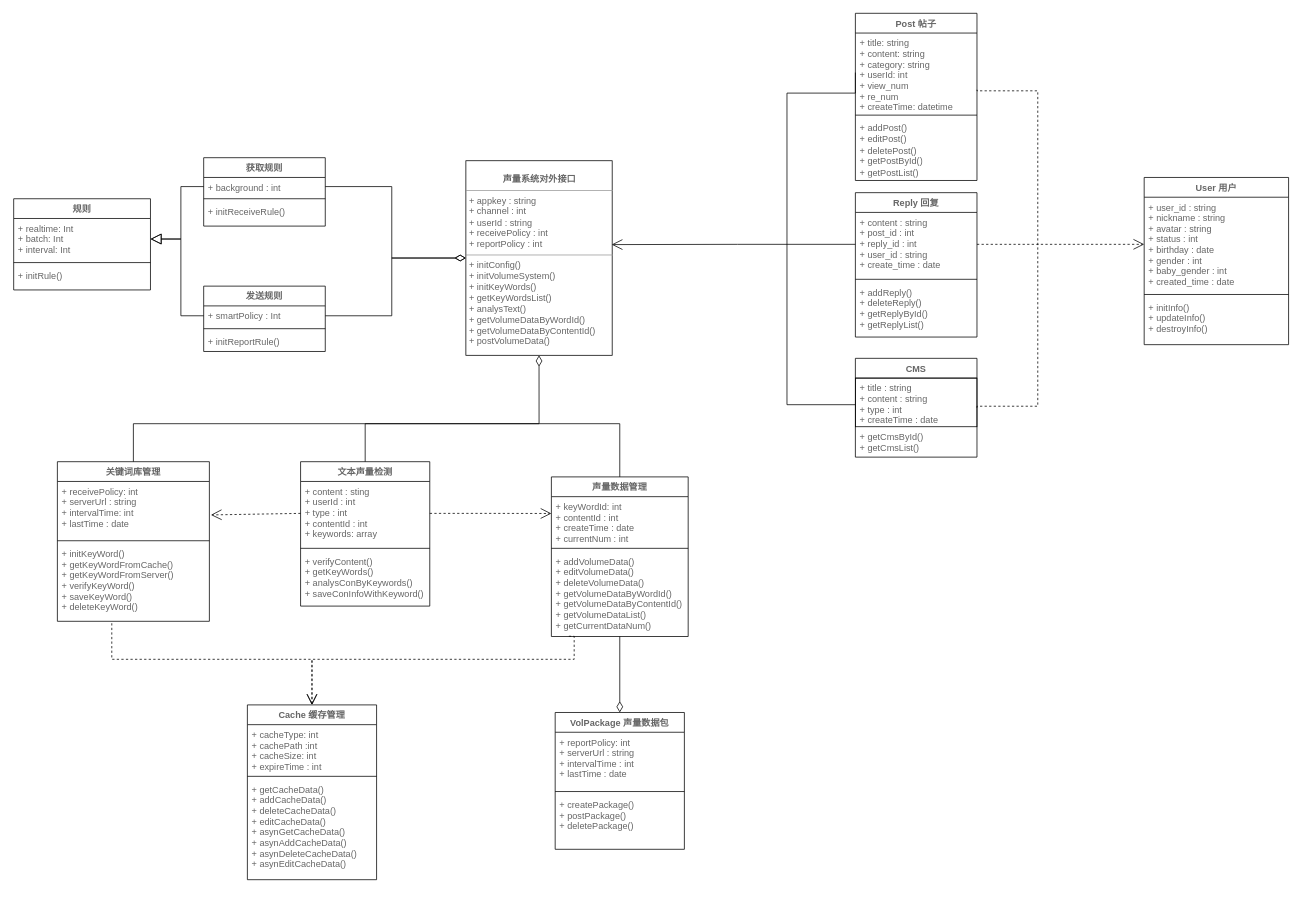
Before: page "Page-4" (4 of 5) of 声量系统UML.drawio in ikeyyang/uml, a draw.io diagram. Source tidied: cells renumbered, new cells numbered last; positions are measured from the earlier drawing's top-left corner, leaving out a move shared by most shapes. Both pictures are drawn from the tidied source at 76%, with x=0, y=0 at pixel (13, 13).
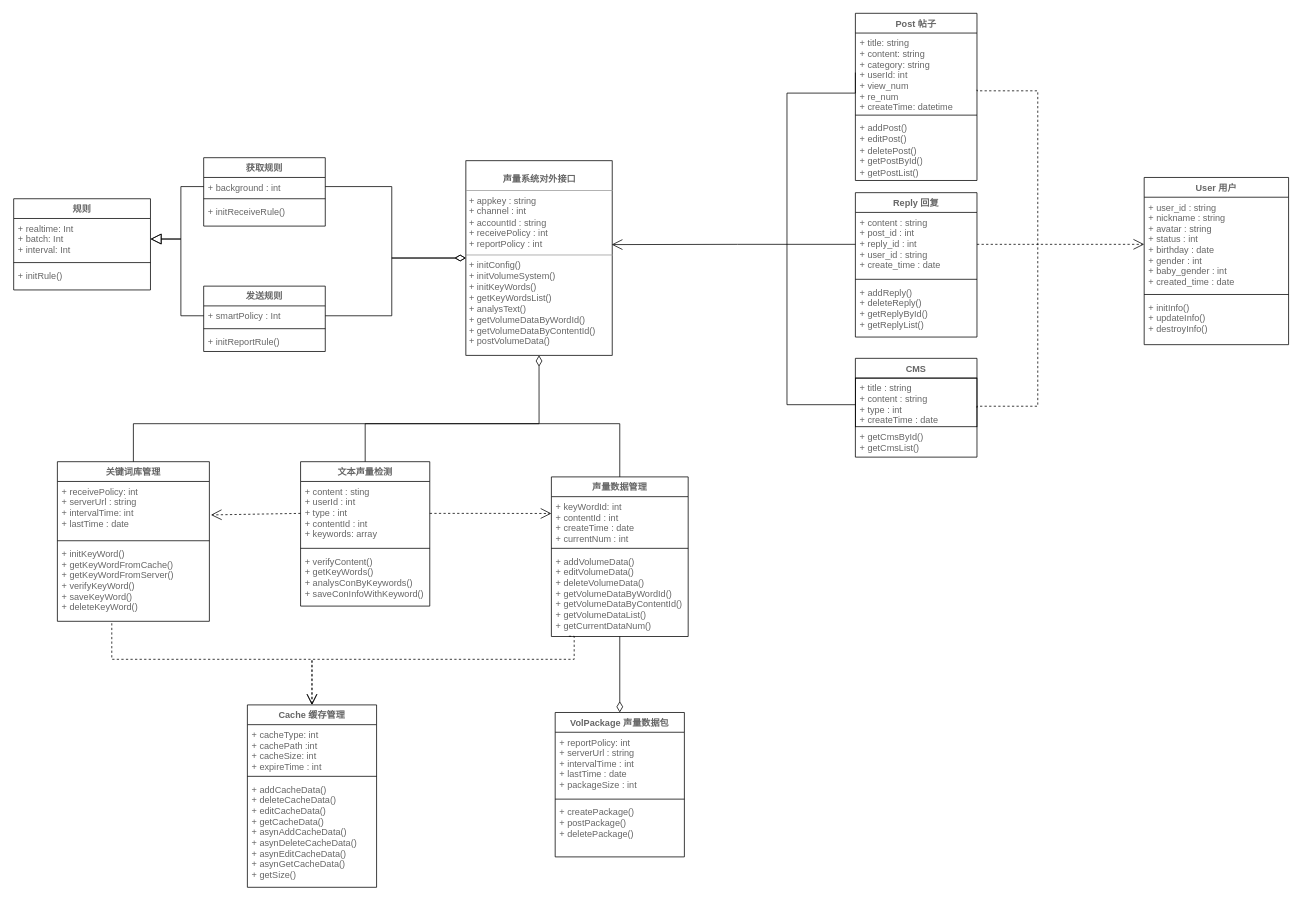
The same diagram, later.

Diff of the diagram source:
```diff
@@
-    <mxCell id="2" value="&lt;p style=&quot;margin: 0px ; margin-top: 4px ; text-align: center&quot;&gt;&lt;font&gt;&lt;br&gt;&lt;b&gt;声量系统对外接口&lt;/b&gt;&lt;/font&gt;&lt;/p&gt;&lt;hr size=&quot;1&quot;&gt;&lt;p style=&quot;margin: 0px ; margin-left: 4px&quot;&gt;&lt;font&gt;+ appkey : string&lt;br&gt;+ channel : int&lt;/font&gt;&lt;/p&gt;&lt;p style=&quot;margin: 0px ; margin-left: 4px&quot;&gt;&lt;font&gt;+ userId : string&lt;/font&gt;&lt;/p&gt;&lt;p style=&quot;margin: 0px ; margin-left: 4px&quot;&gt;&lt;font&gt;+ receivePolicy : int&lt;/font&gt;&lt;/p&gt;&lt;p style=&quot;margin: 0px ; margin-left: 4px&quot;&gt;&lt;font&gt;+ reportPolicy : int&amp;nbsp;&lt;/font&gt;&lt;/p&gt;&lt;hr size=&quot;1&quot;&gt;&lt;p style=&quot;margin: 0px ; margin-left: 4px&quot;&gt;&lt;span&gt;+ initConfig()&lt;/span&gt;&lt;br&gt;&lt;/p&gt;&lt;p style=&quot;margin: 0px ; margin-left: 4px&quot;&gt;&lt;font&gt;+ initVolumeSystem()&lt;/font&gt;&lt;/p&gt;&lt;p style=&quot;margin: 0px ; margin-left: 4px&quot;&gt;&lt;font&gt;+ initKeyWords()&lt;/font&gt;&lt;/p&gt;&lt;p style=&quot;margin: 0px ; margin-left: 4px&quot;&gt;&lt;font&gt;+ getKeyWordsList()&lt;/font&gt;&lt;/p&gt;&lt;p style=&quot;margin: 0px ; margin-left: 4px&quot;&gt;&lt;font&gt;+ analysText()&lt;/font&gt;&lt;/p&gt;&lt;p style=&quot;margin: 0px ; margin-left: 4px&quot;&gt;&lt;font&gt;+ getVolumeDataByWordId()&lt;/font&gt;&lt;/p&gt;&lt;p style=&quot;margin: 0px ; margin-left: 4px&quot;&gt;&lt;font&gt;+ getVolumeDataByContentId()&lt;/font&gt;&lt;/p&gt;&lt;p style=&quot;margin: 0px ; margin-left: 4px&quot;&gt;&lt;font&gt;+ postVolumeData()&lt;/font&gt;&lt;/p&gt;&lt;p style=&quot;margin: 0px ; margin-left: 4px&quot;&gt;&lt;br&gt;&lt;/p&gt;" style="verticalAlign=top;align=left;overflow=fill;fontSize=12;fontFamily=Helvetica;html=1;strokeColor=#000000;strokeWidth=1;fillColor=none;fontColor=#666666;" parent="1" vertex="1">
+    <mxCell id="2" value="&lt;p style=&quot;margin: 0px ; margin-top: 4px ; text-align: center&quot;&gt;&lt;font&gt;&lt;br&gt;&lt;b&gt;声量系统对外接口&lt;/b&gt;&lt;/font&gt;&lt;/p&gt;&lt;hr size=&quot;1&quot;&gt;&lt;p style=&quot;margin: 0px ; margin-left: 4px&quot;&gt;&lt;font&gt;+ appkey : string&lt;br&gt;+ channel : int&lt;/font&gt;&lt;/p&gt;&lt;p style=&quot;margin: 0px ; margin-left: 4px&quot;&gt;&lt;font&gt;+ accountId : string&lt;/font&gt;&lt;/p&gt;&lt;p style=&quot;margin: 0px ; margin-left: 4px&quot;&gt;&lt;font&gt;+ receivePolicy : int&lt;/font&gt;&lt;/p&gt;&lt;p style=&quot;margin: 0px ; margin-left: 4px&quot;&gt;&lt;font&gt;+ reportPolicy : int&amp;nbsp;&lt;/font&gt;&lt;/p&gt;&lt;hr size=&quot;1&quot;&gt;&lt;p style=&quot;margin: 0px ; margin-left: 4px&quot;&gt;&lt;span&gt;+ initConfig()&lt;/span&gt;&lt;br&gt;&lt;/p&gt;&lt;p style=&quot;margin: 0px ; margin-left: 4px&quot;&gt;&lt;font&gt;+ initVolumeSystem()&lt;/font&gt;&lt;/p&gt;&lt;p style=&quot;margin: 0px ; margin-left: 4px&quot;&gt;&lt;font&gt;+ initKeyWords()&lt;/font&gt;&lt;/p&gt;&lt;p style=&quot;margin: 0px ; margin-left: 4px&quot;&gt;&lt;font&gt;+ getKeyWordsList()&lt;/font&gt;&lt;/p&gt;&lt;p style=&quot;margin: 0px ; margin-left: 4px&quot;&gt;&lt;font&gt;+ analysText()&lt;/font&gt;&lt;/p&gt;&lt;p style=&quot;margin: 0px ; margin-left: 4px&quot;&gt;&lt;font&gt;+ getVolumeDataByWordId()&lt;/font&gt;&lt;/p&gt;&lt;p style=&quot;margin: 0px ; margin-left: 4px&quot;&gt;&lt;font&gt;+ getVolumeDataByContentId()&lt;/font&gt;&lt;/p&gt;&lt;p style=&quot;margin: 0px ; margin-left: 4px&quot;&gt;&lt;font&gt;+ postVolumeData()&lt;/font&gt;&lt;/p&gt;&lt;p style=&quot;margin: 0px ; margin-left: 4px&quot;&gt;&lt;br&gt;&lt;/p&gt;" style="verticalAlign=top;align=left;overflow=fill;fontSize=12;fontFamily=Helvetica;html=1;strokeColor=#000000;strokeWidth=1;fillColor=none;fontColor=#666666;" parent="1" vertex="1">
       <mxGeometry x="595.5" y="194" width="192.5" height="256" as="geometry" />
     </mxCell>
@@
     <mxCell id="29" value="Cache 缓存管理" style="swimlane;fontStyle=1;align=center;verticalAlign=top;horizontal=1;startSize=26;strokeColor=#000000;strokeWidth=1;fillColor=none;fontColor=#666666;" parent="1" vertex="1">
-      <mxGeometry x="308" y="910" width="170" height="230" as="geometry" />
+      <mxGeometry x="308" y="910" width="170" height="240" as="geometry" />
     </mxCell>
@@
-    <mxCell id="32" value="+ getCacheData()&#10;+ addCacheData()&#10;+ deleteCacheData()&#10;+ editCacheData()&#10;+ asynGetCacheData()&#10;+ asynAddCacheData()&#10;+ asynDeleteCacheData()&#10;+ asynEditCacheData()&#10;" style="text;strokeColor=none;fillColor=none;align=left;verticalAlign=top;spacingLeft=4;spacingRight=4;overflow=hidden;fontColor=#666666;" parent="29" vertex="1">
-      <mxGeometry y="98" width="170" height="132" as="geometry" />
+    <mxCell id="32" value="+ addCacheData()&#10;+ deleteCacheData()&#10;+ editCacheData()&#10;+ getCacheData()&#10;+ asynAddCacheData()&#10;+ asynDeleteCacheData()&#10;+ asynEditCacheData()&#10;+ asynGetCacheData()&#10;+ getSize()&#10;" style="text;strokeColor=none;fillColor=none;align=left;verticalAlign=top;spacingLeft=4;spacingRight=4;overflow=hidden;fontColor=#666666;" parent="29" vertex="1">
+      <mxGeometry y="98" width="170" height="142" as="geometry" />
     </mxCell>
@@
     <mxCell id="34" value="VolPackage 声量数据包" style="swimlane;fontStyle=1;align=center;verticalAlign=top;horizontal=1;startSize=26;strokeColor=#000000;strokeWidth=1;fillColor=none;fontColor=#666666;" parent="1" vertex="1">
-      <mxGeometry x="713" y="920" width="170" height="180" as="geometry" />
+      <mxGeometry x="713" y="920" width="170" height="190" as="geometry" />
     </mxCell>
-    <mxCell id="35" value="+ reportPolicy: int&#10;+ serverUrl : string&#10;+ intervalTime : int&#10;+ lastTime : date" style="text;strokeColor=none;fillColor=none;align=left;verticalAlign=top;spacingLeft=4;spacingRight=4;overflow=hidden;fontColor=#666666;" parent="34" vertex="1">
-      <mxGeometry y="26" width="170" height="74" as="geometry" />
+    <mxCell id="35" value="+ reportPolicy: int&#10;+ serverUrl : string&#10;+ intervalTime : int&#10;+ lastTime : date&#10;+ packageSize : int" style="text;strokeColor=none;fillColor=none;align=left;verticalAlign=top;spacingLeft=4;spacingRight=4;overflow=hidden;fontColor=#666666;" parent="34" vertex="1">
+      <mxGeometry y="26" width="170" height="84" as="geometry" />
     </mxCell>
     <mxCell id="36" style="line;strokeWidth=1;fillColor=none;align=left;verticalAlign=middle;spacingTop=-1;spacingLeft=3;spacingRight=3;labelPosition=right;fontColor=#666666;" parent="34" vertex="1">
-      <mxGeometry y="100" width="170" height="8" as="geometry" />
+      <mxGeometry y="110" width="170" height="8" as="geometry" />
     </mxCell>
     <mxCell id="37" value="+ createPackage()&#10;+ postPackage()&#10;+ deletePackage()" style="text;strokeColor=none;fillColor=none;align=left;verticalAlign=top;spacingLeft=4;spacingRight=4;overflow=hidden;fontColor=#666666;" parent="34" vertex="1">
-      <mxGeometry y="108" width="170" height="72" as="geometry" />
+      <mxGeometry y="118" width="170" height="72" as="geometry" />
     </mxCell>
```
